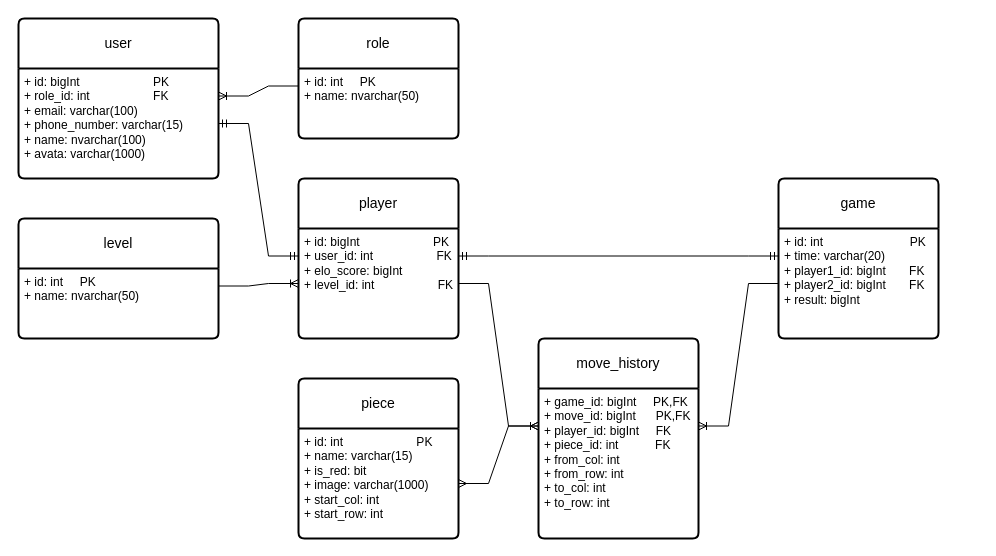
The draw.io diagram diagram/Untitled Diagram.drawio in vansi1804/ChineseChess, before the edit. Source tidied: cells renumbered, new cells numbered last; positions are measured from the earlier drawing's top-left corner, leaving out a move shared by most shapes. Both pictures are drawn from the tidied source at 100%, with x=0, y=0 at pixel (18, 18).
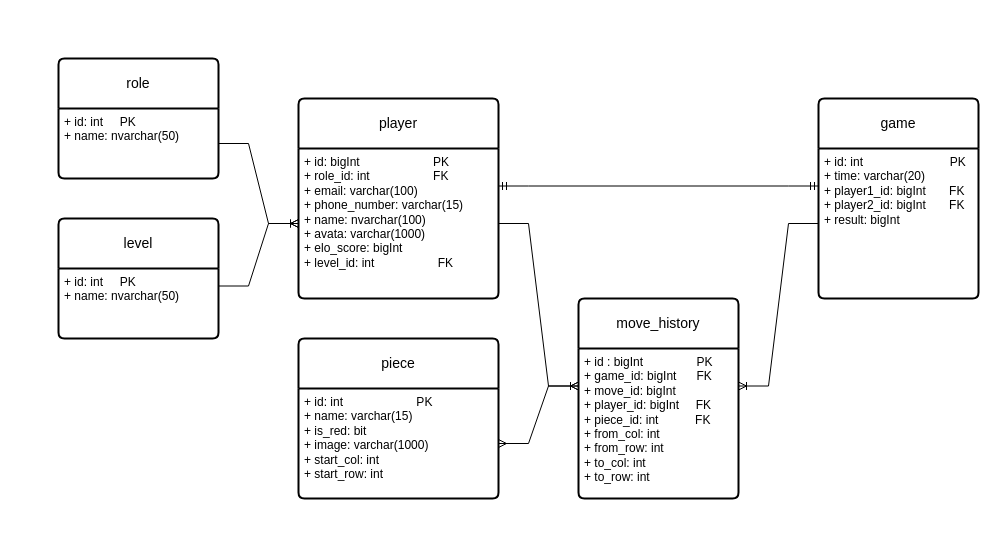
Above is the later version.

Unchanged cells that the change refers to:
```xml
<mxCell id="3" value="+ id: int&amp;nbsp; &amp;nbsp; &amp;nbsp;PK&lt;br&gt;+ name: nvarchar(50)" style="align=left;strokeColor=none;fillColor=none;spacingLeft=4;fontSize=12;verticalAlign=top;html=1;" parent="2" vertex="1">
  <mxGeometry y="50" width="160" height="70" as="geometry" />
</mxCell>
```

Diff of the diagram source:
```diff
@@
     <mxCell id="2" value="role" style="swimlane;horizontal=1;startSize=50;rounded=1;fontSize=14;fontStyle=0;strokeWidth=2;shadow=0;dashed=0;align=center;arcSize=4;whiteSpace=wrap;html=1;" parent="1" vertex="1">
-      <mxGeometry x="280" width="160" height="120" as="geometry" />
+      <mxGeometry x="40" y="40" width="160" height="120" as="geometry" />
     </mxCell>
@@
     <mxCell id="4" value="player" style="swimlane;horizontal=1;startSize=50;rounded=1;fontSize=14;fontStyle=0;strokeWidth=2;shadow=0;dashed=0;align=center;arcSize=4;whiteSpace=wrap;html=1;" parent="1" vertex="1">
-      <mxGeometry x="280" y="160" width="160" height="160" as="geometry" />
+      <mxGeometry x="280" y="80" width="200" height="200" as="geometry" />
     </mxCell>
-    <mxCell id="5" value="+ id: bigInt&amp;nbsp; &amp;nbsp; &amp;nbsp; &amp;nbsp; &amp;nbsp; &amp;nbsp; &amp;nbsp; &amp;nbsp; &amp;nbsp; &amp;nbsp; &amp;nbsp; PK&lt;br&gt;+ user_id: int&amp;nbsp; &amp;nbsp; &amp;nbsp; &amp;nbsp; &amp;nbsp; &amp;nbsp; &amp;nbsp; &amp;nbsp; &amp;nbsp; &amp;nbsp;FK&lt;br&gt;+ elo_score: bigInt&lt;br&gt;+&amp;nbsp;level_id: int&amp;nbsp; &amp;nbsp; &amp;nbsp; &amp;nbsp; &amp;nbsp; &amp;nbsp; &amp;nbsp; &amp;nbsp; &amp;nbsp; &amp;nbsp;FK&amp;nbsp;" style="align=left;strokeColor=none;fillColor=none;spacingLeft=4;fontSize=12;verticalAlign=top;html=1;" parent="4" vertex="1">
-      <mxGeometry y="50" width="160" height="110" as="geometry" />
+    <mxCell id="5" value="+ id: bigInt&amp;nbsp; &amp;nbsp; &amp;nbsp; &amp;nbsp; &amp;nbsp; &amp;nbsp; &amp;nbsp; &amp;nbsp; &amp;nbsp; &amp;nbsp; &amp;nbsp; PK&lt;br style=&quot;border-color: var(--border-color);&quot;&gt;+ role_id: int&amp;nbsp; &amp;nbsp; &amp;nbsp; &amp;nbsp; &amp;nbsp; &amp;nbsp; &amp;nbsp; &amp;nbsp; &amp;nbsp; &amp;nbsp;FK&lt;br style=&quot;border-color: var(--border-color);&quot;&gt;+ email: varchar(100)&lt;br style=&quot;border-color: var(--border-color);&quot;&gt;+ phone_number: varchar(15)&lt;br style=&quot;border-color: var(--border-color);&quot;&gt;+ name: nvarchar(100)&lt;br style=&quot;border-color: var(--border-color);&quot;&gt;+ avata: varchar(1000)&lt;br&gt;+ elo_score: bigInt&lt;br&gt;+&amp;nbsp;level_id: int&amp;nbsp; &amp;nbsp; &amp;nbsp; &amp;nbsp; &amp;nbsp; &amp;nbsp; &amp;nbsp; &amp;nbsp; &amp;nbsp; &amp;nbsp;FK&amp;nbsp;" style="align=left;strokeColor=none;fillColor=none;spacingLeft=4;fontSize=12;verticalAlign=top;html=1;" parent="4" vertex="1">
+      <mxGeometry y="50" width="200" height="150" as="geometry" />
     </mxCell>
     <mxCell id="6" value="level" style="swimlane;horizontal=1;startSize=50;rounded=1;fontSize=14;fontStyle=0;strokeWidth=2;shadow=0;dashed=0;align=center;arcSize=4;whiteSpace=wrap;html=1;" parent="1" vertex="1">
-      <mxGeometry y="200" width="200" height="120" as="geometry" />
+      <mxGeometry x="40" y="200" width="160" height="120" as="geometry" />
     </mxCell>
     <mxCell id="7" value="+ id: int&amp;nbsp; &amp;nbsp; &amp;nbsp;PK&lt;br&gt;+ name: nvarchar(50)" style="align=left;strokeColor=none;fillColor=none;spacingLeft=4;fontSize=12;verticalAlign=top;html=1;" parent="6" vertex="1">
-      <mxGeometry y="50" width="200" height="70" as="geometry" />
+      <mxGeometry y="50" width="160" height="70" as="geometry" />
     </mxCell>
-    <mxCell id="8" style="edgeStyle=entityRelationEdgeStyle;fontSize=12;html=1;endArrow=ERoneToMany;rounded=0;exitX=0;exitY=0.25;exitDx=0;exitDy=0;entryX=1;entryY=0.25;entryDx=0;entryDy=0;" parent="1" edge="1" source="3" target="20">
+    <mxCell id="8" style="edgeStyle=entityRelationEdgeStyle;fontSize=12;html=1;endArrow=ERoneToMany;rounded=0;exitX=1;exitY=0.5;exitDx=0;exitDy=0;entryX=0;entryY=0.5;entryDx=0;entryDy=0;" parent="1" edge="1" source="3" target="5">
       <mxGeometry relative="1" as="geometry" />
     </mxCell>
@@
     <mxCell id="10" value="game" style="swimlane;horizontal=1;startSize=50;rounded=1;fontSize=14;fontStyle=0;strokeWidth=2;shadow=0;dashed=0;align=center;arcSize=4;whiteSpace=wrap;html=1;" parent="1" vertex="1">
-      <mxGeometry x="760" y="160" width="160" height="160" as="geometry" />
+      <mxGeometry x="800" y="80" width="160" height="200" as="geometry" />
     </mxCell>
     <mxCell id="11" value="+ id: int&amp;nbsp; &amp;nbsp; &amp;nbsp; &amp;nbsp; &amp;nbsp; &amp;nbsp; &amp;nbsp; &amp;nbsp; &amp;nbsp; &amp;nbsp; &amp;nbsp; &amp;nbsp; &amp;nbsp; PK&lt;br&gt;+ time: varchar(20)&lt;br&gt;+ player1_id: bigInt&amp;nbsp; &amp;nbsp; &amp;nbsp; &amp;nbsp;FK&lt;br&gt;+ player2_id: bigInt&amp;nbsp; &amp;nbsp; &amp;nbsp; &amp;nbsp;FK&lt;br&gt;+ result: bigInt&amp;nbsp; &amp;nbsp; &amp;nbsp; &amp;nbsp; &amp;nbsp; &amp;nbsp; &amp;nbsp; &amp;nbsp;" style="align=left;strokeColor=none;fillColor=none;spacingLeft=4;fontSize=12;verticalAlign=top;html=1;" parent="10" vertex="1">
-      <mxGeometry y="50" width="160" height="110" as="geometry" />
+      <mxGeometry y="50" width="160" height="150" as="geometry" />
     </mxCell>
     <mxCell id="12" value="piece" style="swimlane;horizontal=1;startSize=50;rounded=1;fontSize=14;fontStyle=0;strokeWidth=2;shadow=0;dashed=0;align=center;arcSize=4;whiteSpace=wrap;html=1;" parent="1" vertex="1">
-      <mxGeometry x="280" y="360" width="160" height="160" as="geometry" />
+      <mxGeometry x="280" y="320" width="200" height="160" as="geometry" />
     </mxCell>
     <mxCell id="13" value="+ id: int&amp;nbsp; &amp;nbsp; &amp;nbsp; &amp;nbsp; &amp;nbsp; &amp;nbsp; &amp;nbsp; &amp;nbsp; &amp;nbsp; &amp;nbsp; &amp;nbsp; PK&lt;br&gt;+ name: varchar(15)&lt;br&gt;+ is_red: bit&lt;br&gt;+ image: varchar(1000)&lt;br&gt;+ start_col: int&lt;br&gt;+ start_row: int" style="align=left;strokeColor=none;fillColor=none;spacingLeft=4;fontSize=12;verticalAlign=top;html=1;" parent="12" vertex="1">
-      <mxGeometry y="50" width="160" height="110" as="geometry" />
+      <mxGeometry y="50" width="200" height="110" as="geometry" />
     </mxCell>
     <mxCell id="14" value="move_history" style="swimlane;horizontal=1;startSize=50;rounded=1;fontSize=14;fontStyle=0;strokeWidth=2;shadow=0;dashed=0;align=center;arcSize=4;whiteSpace=wrap;html=1;" parent="1" vertex="1">
-      <mxGeometry x="520" y="320" width="160" height="200" as="geometry" />
+      <mxGeometry x="560" y="280" width="160" height="200" as="geometry" />
     </mxCell>
-    <mxCell id="15" value="+ game_id: bigInt&amp;nbsp; &amp;nbsp; &amp;nbsp;PK,FK&lt;br&gt;+ move_id: bigInt&amp;nbsp; &amp;nbsp; &amp;nbsp; PK,FK&lt;br&gt;+ player_id: bigInt&amp;nbsp; &amp;nbsp; &amp;nbsp;FK&lt;br&gt;+ piece_id: int&amp;nbsp; &amp;nbsp; &amp;nbsp; &amp;nbsp; &amp;nbsp; &amp;nbsp;FK&lt;br&gt;+ from_col: int&lt;br&gt;+ from_row: int&lt;br&gt;+ to_col: int&lt;br&gt;+ to_row: int" style="align=left;strokeColor=none;fillColor=none;spacingLeft=4;fontSize=12;verticalAlign=top;html=1;" parent="14" vertex="1">
+    <mxCell id="15" value="+ id : bigInt&amp;nbsp; &amp;nbsp; &amp;nbsp; &amp;nbsp; &amp;nbsp; &amp;nbsp; &amp;nbsp; &amp;nbsp; PK&lt;br&gt;+ game_id: bigInt&amp;nbsp; &amp;nbsp; &amp;nbsp; FK&lt;br&gt;+ move_id: bigInt&amp;nbsp; &amp;nbsp; &amp;nbsp;&amp;nbsp;&lt;br&gt;+ player_id: bigInt&amp;nbsp; &amp;nbsp; &amp;nbsp;FK&lt;br&gt;+ piece_id: int&amp;nbsp; &amp;nbsp; &amp;nbsp; &amp;nbsp; &amp;nbsp; &amp;nbsp;FK&lt;br&gt;+ from_col: int&lt;br&gt;+ from_row: int&lt;br&gt;+ to_col: int&lt;br&gt;+ to_row: int" style="align=left;strokeColor=none;fillColor=none;spacingLeft=4;fontSize=12;verticalAlign=top;html=1;" parent="14" vertex="1">
       <mxGeometry y="50" width="160" height="150" as="geometry" />
     </mxCell>
@@
-    <mxCell id="19" value="user" style="swimlane;horizontal=1;startSize=50;rounded=1;fontSize=14;fontStyle=0;strokeWidth=2;shadow=0;dashed=0;align=center;arcSize=4;whiteSpace=wrap;html=1;" parent="1" vertex="1">
-      <mxGeometry width="200" height="160" as="geometry" />
-    </mxCell>
-    <mxCell id="20" value="+ id: bigInt&amp;nbsp; &amp;nbsp; &amp;nbsp; &amp;nbsp; &amp;nbsp; &amp;nbsp; &amp;nbsp; &amp;nbsp; &amp;nbsp; &amp;nbsp; &amp;nbsp; PK&lt;br&gt;+ role_id: int&amp;nbsp; &amp;nbsp; &amp;nbsp; &amp;nbsp; &amp;nbsp; &amp;nbsp; &amp;nbsp; &amp;nbsp; &amp;nbsp; &amp;nbsp;FK&lt;br&gt;+ email: varchar(100)&lt;br style=&quot;border-color: var(--border-color);&quot;&gt;+ phone_number: varchar(15)&lt;br&gt;+ name: nvarchar(100)&lt;br&gt;+ avata: varchar(1000)" style="align=left;strokeColor=none;fillColor=none;spacingLeft=4;fontSize=12;verticalAlign=top;html=1;" parent="19" vertex="1">
-      <mxGeometry y="50" width="200" height="110" as="geometry" />
-    </mxCell>
-    <mxCell id="21" style="edgeStyle=entityRelationEdgeStyle;fontSize=12;html=1;endArrow=ERmandOne;startArrow=ERmandOne;rounded=0;entryX=0;entryY=0.25;entryDx=0;entryDy=0;" parent="1" edge="1" source="20" target="5">
-      <mxGeometry relative="1" as="geometry" />
-    </mxCell>
```
